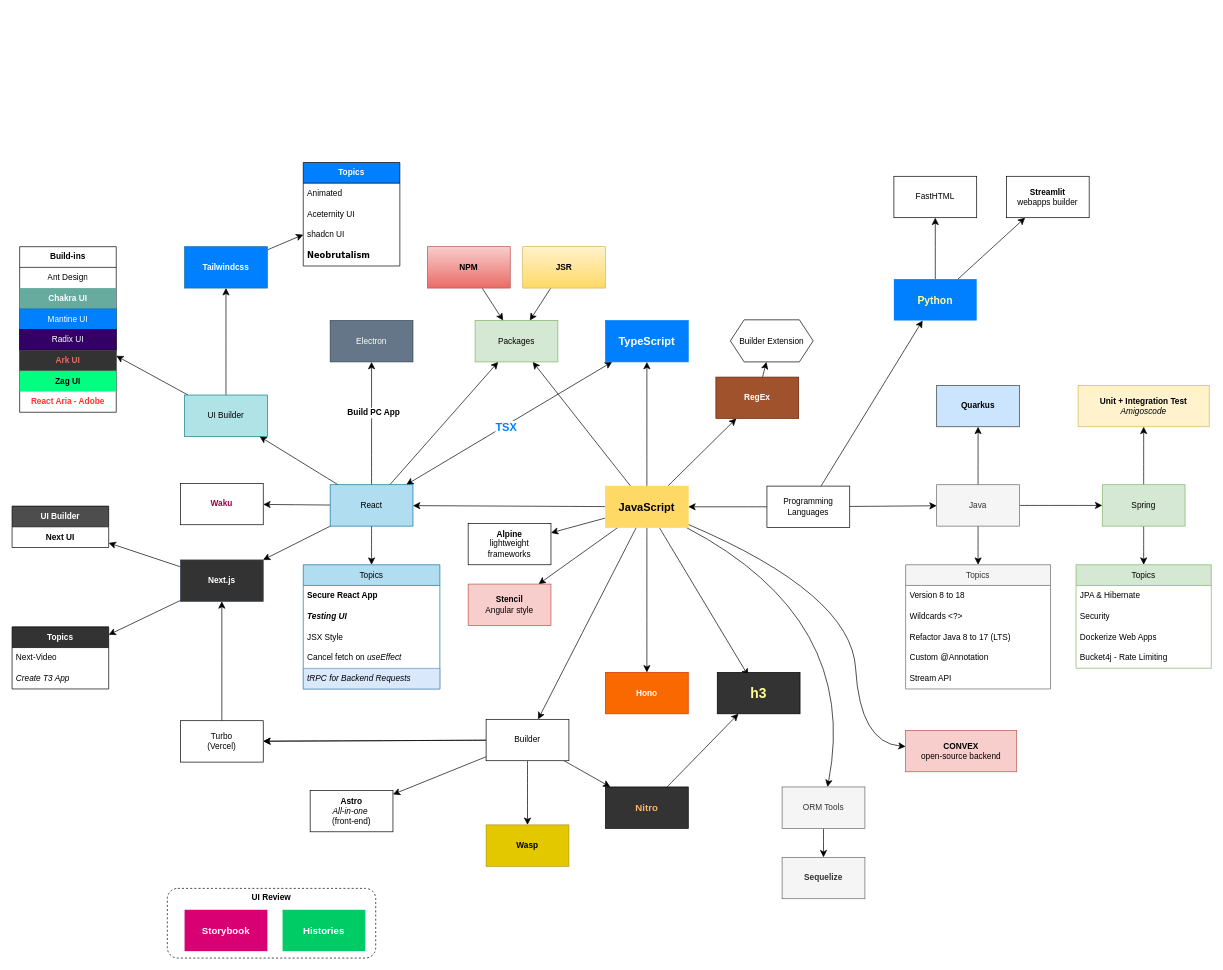
Before: page "Web tech" (1 of 5) of Link_Bookmarks.drawio in sunflynf/diagram-only, a draw.io diagram. Source tidied: cells renumbered, new cells numbered last; positions are measured from the earlier drawing's top-left corner, leaving out a move shared by most shapes. Both pictures are drawn from the tidied source at 69%, with x=0, y=0 at pixel (12, 162).
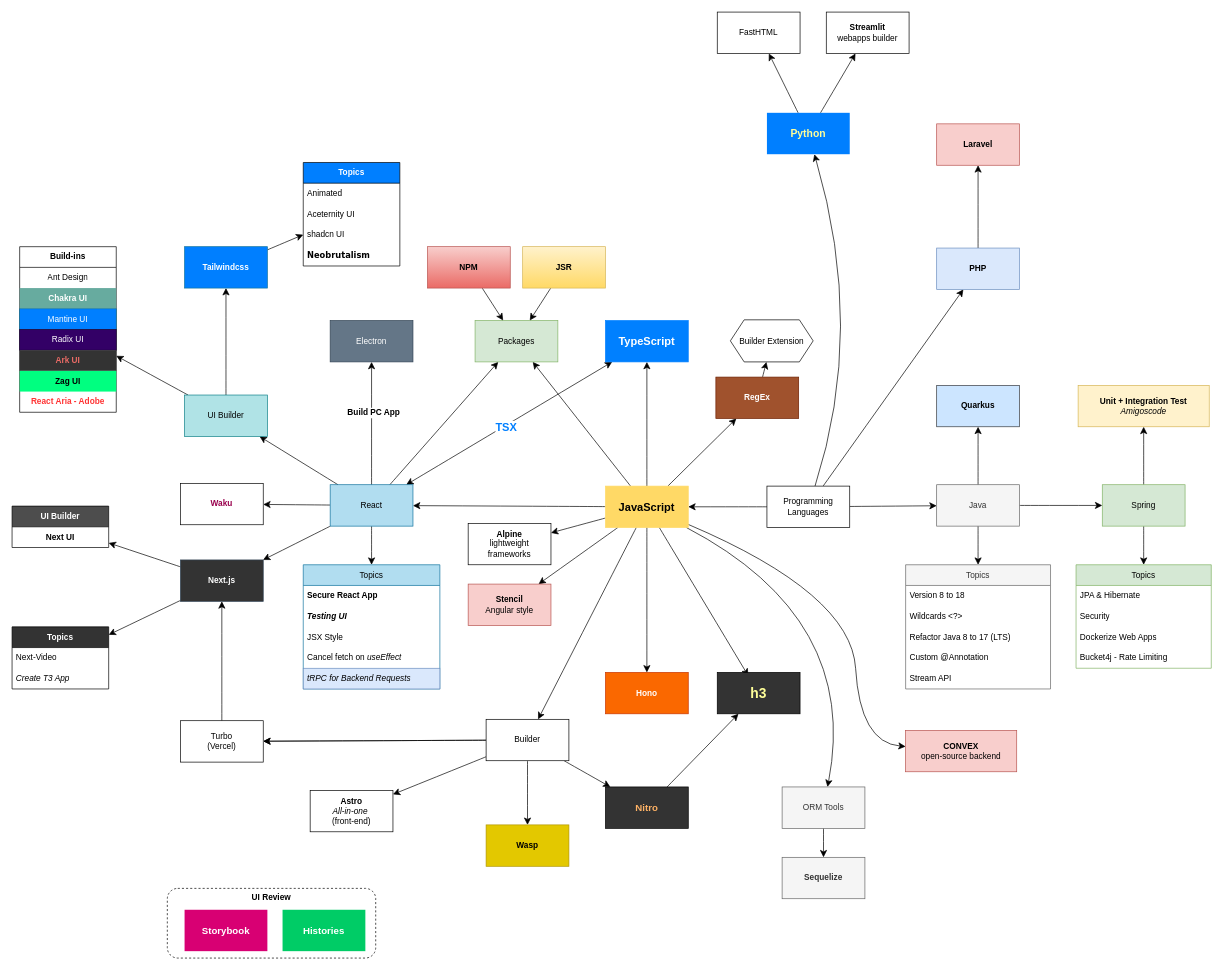
Above is the later version.

The change refers to these unchanged cells:
```xml
<mxCell id="6" value="Programming Languages" style="whiteSpace=wrap;html=1;" parent="1" vertex="1">
  <mxGeometry x="1094" y="469" width="120" height="60" as="geometry" />
</mxCell>
```

Change to the diagram source:
```diff
@@
     <mxCell id="5" style="edgeStyle=none;curved=1;rounded=0;jettySize=auto;html=1;fontSize=12;startSize=8;endSize=8;" parent="1" edge="1" source="6" target="104">
-      <mxGeometry relative="1" as="geometry" />
+      <mxGeometry relative="1" as="geometry">
+        <Array as="points">
+          <mxPoint x="1237" y="242" />
+        </Array>
+      </mxGeometry>
     </mxCell>
+    <mxCell id="119" style="edgeStyle=none;curved=1;rounded=0;jettySize=auto;html=1;fontSize=12;startSize=8;endSize=8;" parent="1" edge="1" source="6" target="121">
+      <mxGeometry relative="1" as="geometry" />
+    </mxCell>
@@
     <mxCell id="104" value="Python" style="whiteSpace=wrap;html=1;fillColor=#007FFF;strokeColor=none;fontColor=#FFFF99;fontStyle=1;fontSize=15;" parent="1" vertex="1">
-      <mxGeometry x="1278" y="169" width="120" height="60" as="geometry" />
+      <mxGeometry x="1094" y="-72" width="120" height="60" as="geometry" />
     </mxCell>
     <mxCell id="105" value="FastHTML" style="whiteSpace=wrap;html=1;" parent="1" vertex="1">
-      <mxGeometry x="1278" y="20" width="120" height="60" as="geometry" />
+      <mxGeometry x="1022" y="-218" width="120" height="60" as="geometry" />
     </mxCell>
@@
     <mxCell id="118" value="&lt;div&gt;&lt;b&gt;Streamlit&lt;/b&gt;&lt;/div&gt;webapps builder" style="whiteSpace=wrap;html=1;" parent="1" vertex="1">
-      <mxGeometry x="1441" y="20" width="120" height="60" as="geometry" />
+      <mxGeometry x="1180" y="-218" width="120" height="60" as="geometry" />
     </mxCell>
+    <mxCell id="120" style="edgeStyle=none;curved=1;rounded=0;jettySize=auto;html=1;fontSize=12;startSize=8;endSize=8;" parent="1" edge="1" source="121" target="122">
+      <mxGeometry relative="1" as="geometry" />
+    </mxCell>
+    <mxCell id="121" value="PHP" style="whiteSpace=wrap;html=1;fontStyle=1;fillColor=#dae8fc;strokeColor=#6c8ebf;" parent="1" vertex="1">
+      <mxGeometry x="1340" y="124" width="120" height="60" as="geometry" />
+    </mxCell>
+    <mxCell id="122" value="Laravel" style="whiteSpace=wrap;html=1;fontStyle=1;fillColor=#f8cecc;strokeColor=#b85450;" parent="1" vertex="1">
+      <mxGeometry x="1340" y="-56" width="120" height="60" as="geometry" />
+    </mxCell>
```
